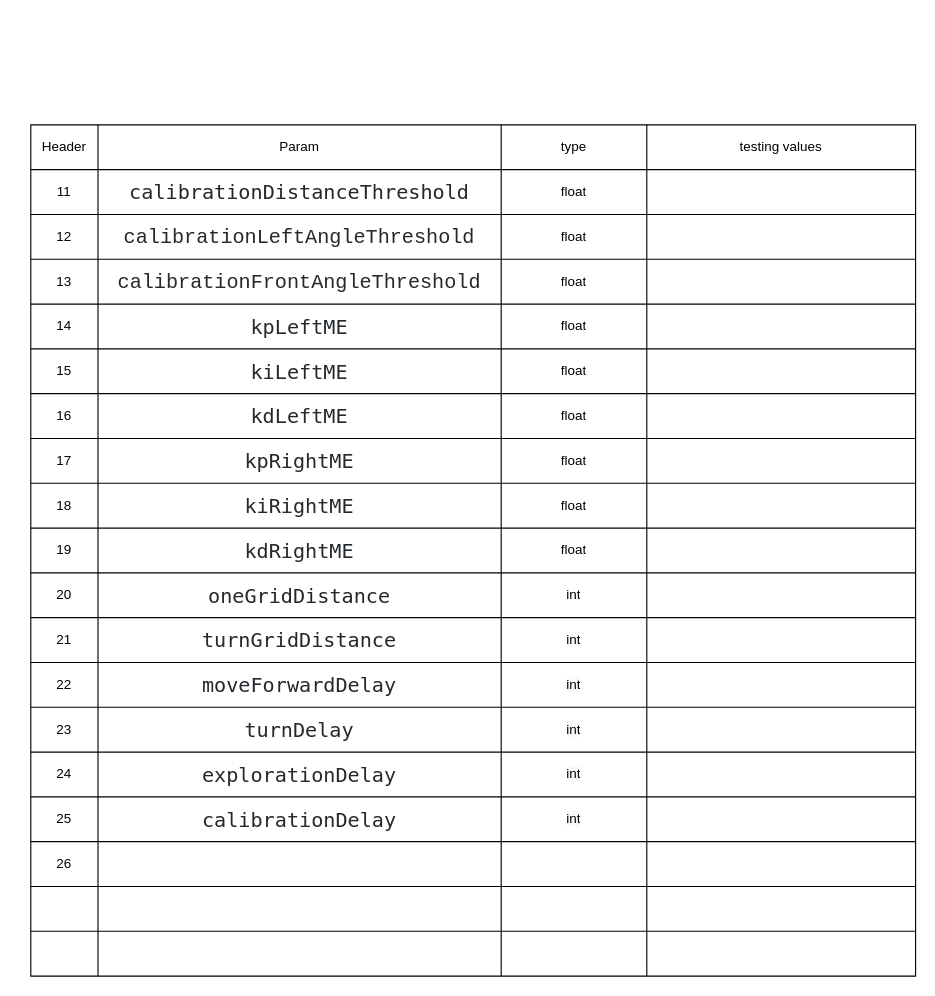
Above: doc/Testing_Headers.drawio in yewhengg/CZ3004-MDP-Arduino (draw.io), before the change. Source tidied: cells renumbered, new cells numbered last; positions are measured from the earlier drawing's top-left corner, leaving out a move shared by most shapes. Both pictures are drawn from the tidied source at 112%, with x=0, y=0 at pixel (30, 124).
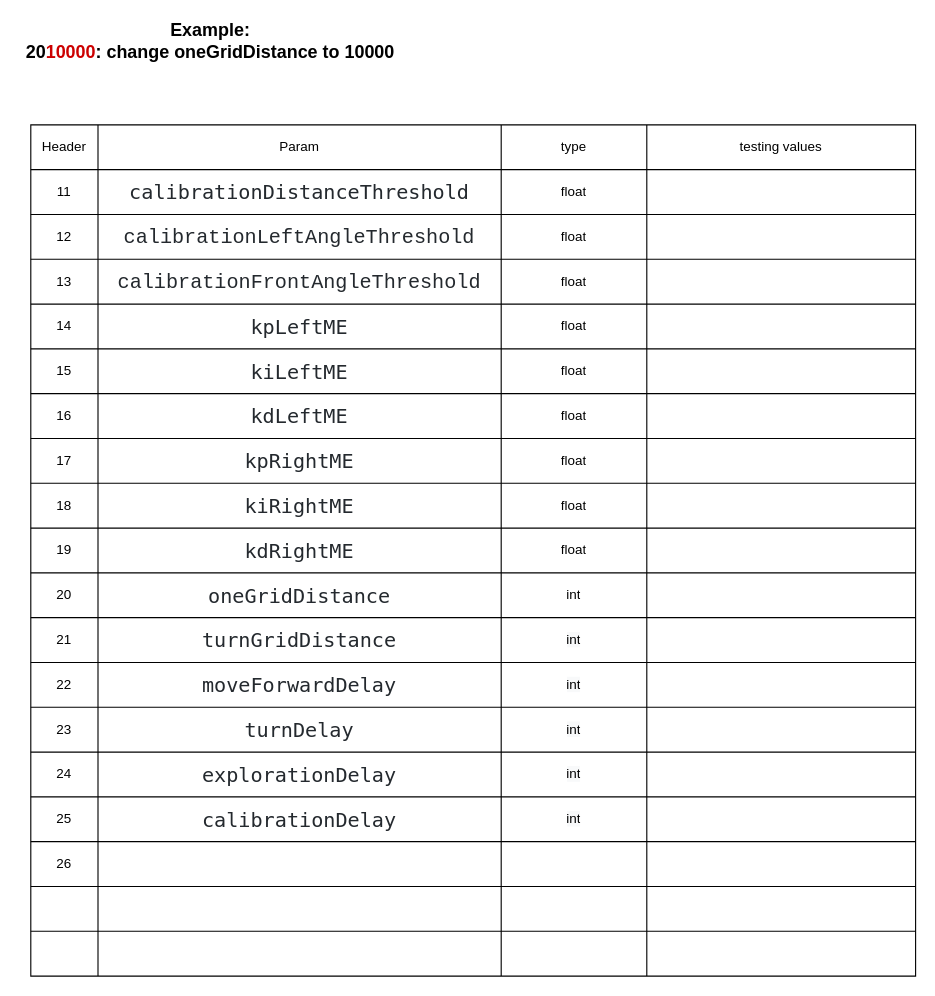
The same diagram, later.

Commit message (it also covers changes not shown here):
Update testing header

Diff of the diagram source:
```diff
@@
+    <mxCell id="98" value="&lt;b style=&quot;font-size: 16px&quot;&gt;Example: &lt;br&gt;20&lt;font color=&quot;#cc0000&quot;&gt;10000&lt;/font&gt;: change oneGridDistance to 10000&lt;/b&gt;" style="text;html=1;align=center;verticalAlign=middle;" parent="1" vertex="1">
+      <mxGeometry x="-10" y="-90" width="340" height="30" as="geometry" />
+    </mxCell>
```
